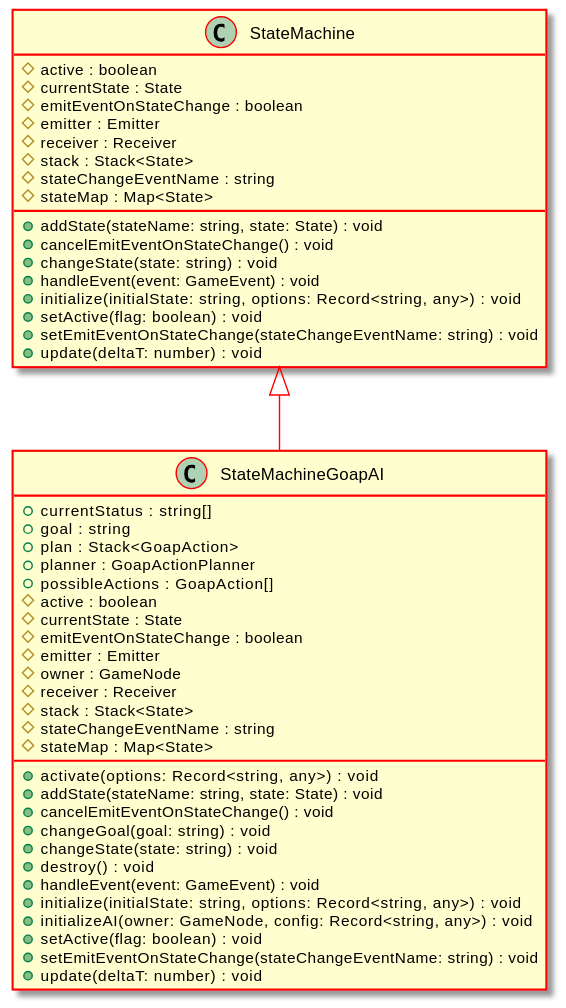
Earlier version of the PlantUML export docs/api/assets/StateMachineGoapAI-umlClassDiagram-113.svg (Test123938/Test2). The source it was exported from:
```plantuml
@startuml
skinparam ClassArrowColor #ff0000
skinparam ClassBorderColor #ff0000
skinparam BackgroundColor transparent
hide empty methods
hide empty fields
class "StateMachineGoapAI" {
    +currentStatus : string[]
    +goal : string
    +plan : Stack<GoapAction>
    +planner : GoapActionPlanner
    +possibleActions : GoapAction[]
    #active : boolean
    #currentState : State
    #emitEventOnStateChange : boolean
    #emitter : Emitter
    #owner : GameNode
    #receiver : Receiver
    #stack : Stack<State>
    #stateChangeEventName : string
    #stateMap : Map<State>
    +activate(options: Record<string, any>) : void
    +addState(stateName: string, state: State) : void
    +cancelEmitEventOnStateChange() : void
    +changeGoal(goal: string) : void
    +changeState(state: string) : void
    +destroy() : void
    +handleEvent(event: GameEvent) : void
    +initialize(initialState: string, options: Record<string, any>) : void
    +initializeAI(owner: GameNode, config: Record<string, any>) : void
    +setActive(flag: boolean) : void
    +setEmitEventOnStateChange(stateChangeEventName: string) : void
    +update(deltaT: number) : void
}
class "StateMachine" {
    #active : boolean
    #currentState : State
    #emitEventOnStateChange : boolean
    #emitter : Emitter
    #receiver : Receiver
    #stack : Stack<State>
    #stateChangeEventName : string
    #stateMap : Map<State>
    +addState(stateName: string, state: State) : void
    +cancelEmitEventOnStateChange() : void
    +changeState(state: string) : void
    +handleEvent(event: GameEvent) : void
    +initialize(initialState: string, options: Record<string, any>) : void
    +setActive(flag: boolean) : void
    +setEmitEventOnStateChange(stateChangeEventName: string) : void
    +update(deltaT: number) : void
}
"StateMachine" <|-- "StateMachineGoapAI"
@enduml
```
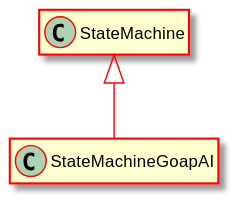
Above is the later version.

Diff of the diagram source:
```diff
@@ -5,50 +5,8 @@
 hide empty methods
 hide empty fields
 class "StateMachineGoapAI" {
-    +currentStatus : string[]
-    +goal : string
-    +plan : Stack<GoapAction>
-    +planner : GoapActionPlanner
-    +possibleActions : GoapAction[]
-    #active : boolean
-    #currentState : State
-    #emitEventOnStateChange : boolean
-    #emitter : Emitter
-    #owner : GameNode
-    #receiver : Receiver
-    #stack : Stack<State>
-    #stateChangeEventName : string
-    #stateMap : Map<State>
-    +activate(options: Record<string, any>) : void
-    +addState(stateName: string, state: State) : void
-    +cancelEmitEventOnStateChange() : void
-    +changeGoal(goal: string) : void
-    +changeState(state: string) : void
-    +destroy() : void
-    +handleEvent(event: GameEvent) : void
-    +initialize(initialState: string, options: Record<string, any>) : void
-    +initializeAI(owner: GameNode, config: Record<string, any>) : void
-    +setActive(flag: boolean) : void
-    +setEmitEventOnStateChange(stateChangeEventName: string) : void
-    +update(deltaT: number) : void
 }
 class "StateMachine" {
-    #active : boolean
-    #currentState : State
-    #emitEventOnStateChange : boolean
-    #emitter : Emitter
-    #receiver : Receiver
-    #stack : Stack<State>
-    #stateChangeEventName : string
-    #stateMap : Map<State>
-    +addState(stateName: string, state: State) : void
-    +cancelEmitEventOnStateChange() : void
-    +changeState(state: string) : void
-    +handleEvent(event: GameEvent) : void
-    +initialize(initialState: string, options: Record<string, any>) : void
-    +setActive(flag: boolean) : void
-    +setEmitEventOnStateChange(stateChangeEventName: string) : void
-    +update(deltaT: number) : void
 }
 "StateMachine" <|-- "StateMachineGoapAI"
 @enduml
```
